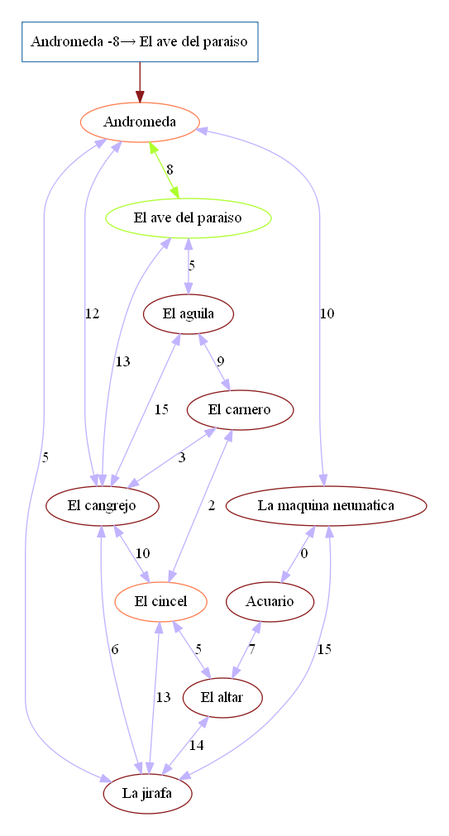
The Graphviz diagram Servidor/Grafo.png in Macario12/EDD_VirtualMall_201905837, before a commit. Its source is kept beside it as Servidor/Grafo.dot. Source of this version:
```dot
digraph G {
node []
subgraph cluster_0 { color = gray100;info[label="Andromeda -10→ La maquina neumatica -0→ Acuario" shape=box color="steelblue"]
}subgraph cluster_1 { color = gray100;Andromeda[label="Andromeda" color="coral"]
El_cincel[label="El cincel"  color="coral"]
La_maquina_neumatica[label="La maquina neumatica" color=greenyellow]
Acuario[label="Acuario" color=greenyellow]
La_jirafa[label="La jirafa" color=firebrick4]
El_ave_del_paraiso[label="El ave del paraiso" color=firebrick4]
El_cangrejo[label="El cangrejo" color=firebrick4]
El_aguila[label="El aguila" color=firebrick4]
El_altar[label="El altar" color=firebrick4]
El_carnero[label="El carnero" color=firebrick4]
Andromeda -> La_maquina_neumatica [label="10" dir=both color=greenyellow]
La_maquina_neumatica -> Acuario [label="0" dir=both color=greenyellow]
Andromeda -> La_jirafa [label="5" dir=both color=".7 .3 1.0"]
Andromeda -> El_ave_del_paraiso [label="8" dir=both color=".7 .3 1.0"]
Andromeda -> El_cangrejo [label="12" dir=both color=".7 .3 1.0"]
La_maquina_neumatica -> La_jirafa [label="15" dir=both color=".7 .3 1.0"]
El_ave_del_paraiso -> El_aguila [label="5" dir=both color=".7 .3 1.0"]
Acuario -> El_altar [label="7" dir=both color=".7 .3 1.0"]
El_aguila -> El_carnero [label="9" dir=both color=".7 .3 1.0"]
La_jirafa -> El_cangrejo [label="6" dir=both color=".7 .3 1.0"]
La_jirafa -> El_cincel [label="13" dir=both color=".7 .3 1.0"]
El_cangrejo -> El_ave_del_paraiso [label="13" dir=both color=".7 .3 1.0"]
El_cangrejo -> El_cincel [label="10" dir=both color=".7 .3 1.0"]
El_cangrejo -> El_aguila [label="15" dir=both color=".7 .3 1.0"]
El_altar -> La_jirafa [label="14" dir=both color=".7 .3 1.0"]
El_carnero -> El_cangrejo [label="3" dir=both color=".7 .3 1.0"]
El_cincel -> El_altar [label="5" dir=both color=".7 .3 1.0"]
El_cincel -> El_carnero [label="2" dir=both color=".7 .3 1.0"]
}info -> Andromeda [color="firebrick4"]
}
```
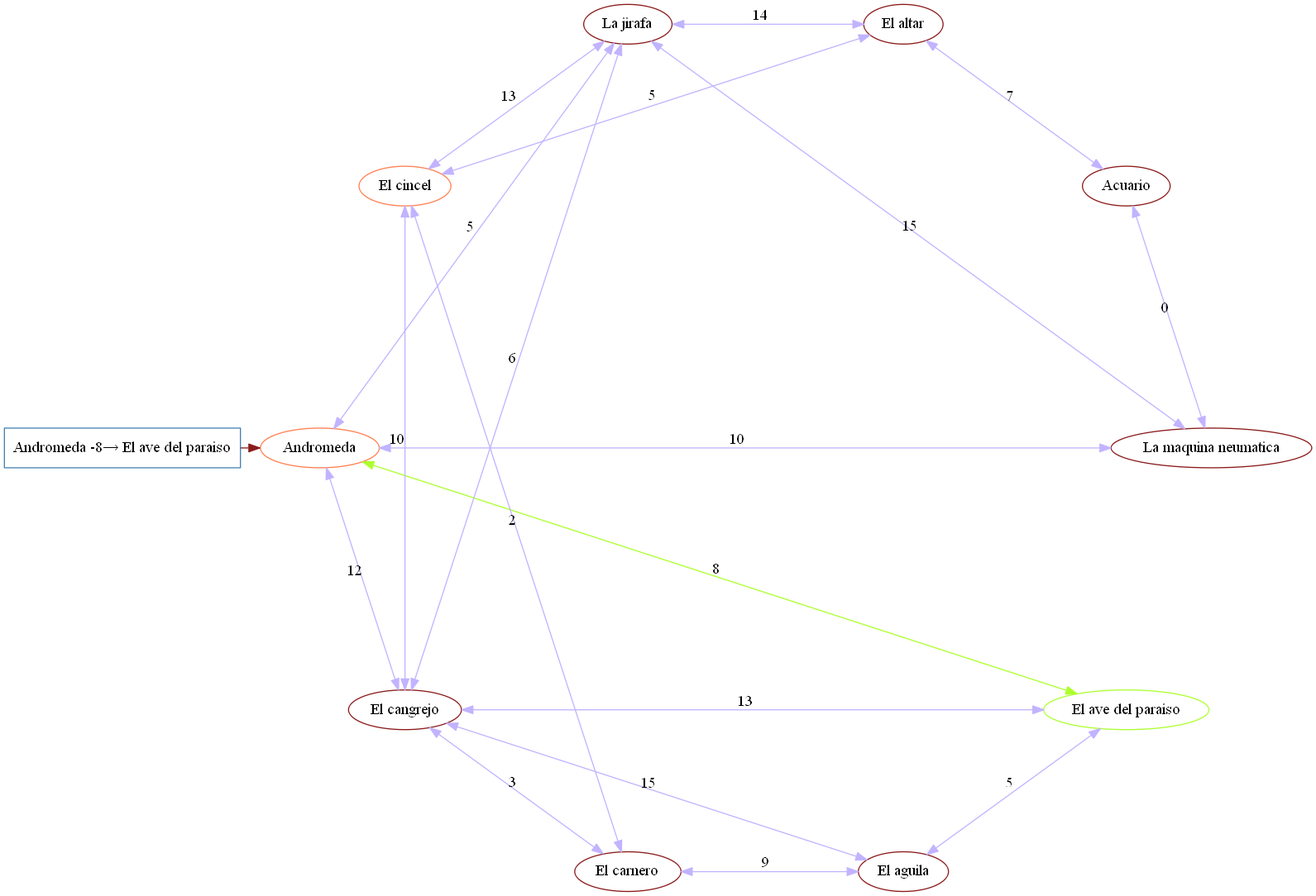
After the change.

Change to the diagram source:
```diff
@@ -1,22 +1,23 @@
 digraph G {
+layout="circo"
 node []
-subgraph cluster_0 { color = gray100;info[label="Andromeda -10→ La maquina neumatica -0→ Acuario" shape=box color="steelblue"]
+subgraph cluster_0 { color = gray100;info[label="Andromeda -8→ El ave del paraiso" shape=box color="steelblue"]
 }subgraph cluster_1 { color = gray100;Andromeda[label="Andromeda" color="coral"]
 El_cincel[label="El cincel"  color="coral"]
-La_maquina_neumatica[label="La maquina neumatica" color=greenyellow]
-Acuario[label="Acuario" color=greenyellow]
+El_ave_del_paraiso[label="El ave del paraiso" color=greenyellow]
 La_jirafa[label="La jirafa" color=firebrick4]
-El_ave_del_paraiso[label="El ave del paraiso" color=firebrick4]
+La_maquina_neumatica[label="La maquina neumatica" color=firebrick4]
 El_cangrejo[label="El cangrejo" color=firebrick4]
+Acuario[label="Acuario" color=firebrick4]
 El_aguila[label="El aguila" color=firebrick4]
 El_altar[label="El altar" color=firebrick4]
 El_carnero[label="El carnero" color=firebrick4]
-Andromeda -> La_maquina_neumatica [label="10" dir=both color=greenyellow]
-La_maquina_neumatica -> Acuario [label="0" dir=both color=greenyellow]
+Andromeda -> El_ave_del_paraiso [label="8" dir=both color=greenyellow]
 Andromeda -> La_jirafa [label="5" dir=both color=".7 .3 1.0"]
-Andromeda -> El_ave_del_paraiso [label="8" dir=both color=".7 .3 1.0"]
+Andromeda -> La_maquina_neumatica [label="10" dir=both color=".7 .3 1.0"]
 Andromeda -> El_cangrejo [label="12" dir=both color=".7 .3 1.0"]
 La_maquina_neumatica -> La_jirafa [label="15" dir=both color=".7 .3 1.0"]
+La_maquina_neumatica -> Acuario [label="0" dir=both color=".7 .3 1.0"]
 El_ave_del_paraiso -> El_aguila [label="5" dir=both color=".7 .3 1.0"]
 Acuario -> El_altar [label="7" dir=both color=".7 .3 1.0"]
 El_aguila -> El_carnero [label="9" dir=both color=".7 .3 1.0"]
```
